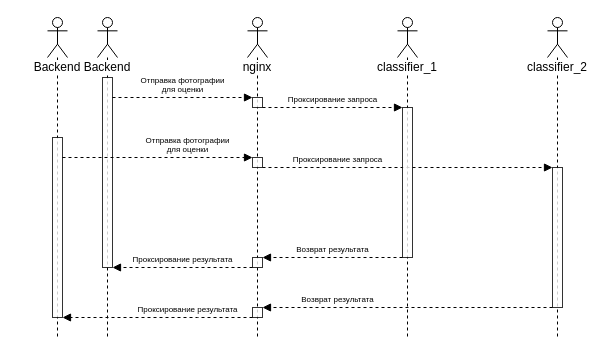
This is page "action-classifier" (3 of 7) of facades_diagrams.drawio from kanootoko/facades-state-evaluation, a draw.io file, before an edit. Source tidied: cells renumbered, new cells numbered last; positions are measured from the earlier drawing's top-left corner, leaving out a move shared by most shapes. Both pictures are drawn from the tidied source at 100%, with x=0, y=0 at pixel (47, 17).
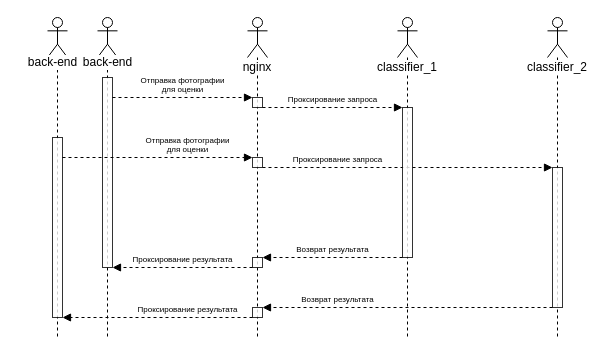
Above is the later version.

Diff of the diagram source:
```diff
@@
-    <mxCell id="12" value="Backend&lt;br&gt;" style="shape=umlLifeline;participant=umlActor;perimeter=lifelinePerimeter;whiteSpace=wrap;html=1;verticalAlign=top;spacingTop=36;labelBackgroundColor=default;fontStyle=0;" parent="1" vertex="1">
+    <mxCell id="12" style="shape=umlLifeline;participant=umlActor;perimeter=lifelinePerimeter;whiteSpace=wrap;html=1;verticalAlign=top;spacingTop=36;labelBackgroundColor=default;fontStyle=0;" parent="1" vertex="1">
       <mxGeometry width="20" height="320" as="geometry" />
     </mxCell>
@@
-    <mxCell id="14" value="Backend&lt;br&gt;" style="shape=umlLifeline;participant=umlActor;perimeter=lifelinePerimeter;whiteSpace=wrap;html=1;verticalAlign=top;spacingTop=36;labelBackgroundColor=default;fontStyle=0;" parent="1" vertex="1">
+    <mxCell id="14" style="shape=umlLifeline;participant=umlActor;perimeter=lifelinePerimeter;whiteSpace=wrap;html=1;verticalAlign=top;spacingTop=36;labelBackgroundColor=default;fontStyle=0;" parent="1" vertex="1">
       <mxGeometry x="50" width="20" height="320" as="geometry" />
     </mxCell>
@@
+    <mxCell id="23" value="back-end" style="text;html=1;align=center;verticalAlign=middle;strokeColor=none;fillColor=none;labelBackgroundColor=default;" parent="1" vertex="1">
+      <mxGeometry x="25" y="30" width="70" height="30" as="geometry" />
+    </mxCell>
+    <mxCell id="24" value="back-end" style="text;html=1;align=center;verticalAlign=middle;strokeColor=none;fillColor=none;labelBackgroundColor=default;" parent="1" vertex="1">
+      <mxGeometry x="-30" y="30" width="70" height="30" as="geometry" />
+    </mxCell>
```
